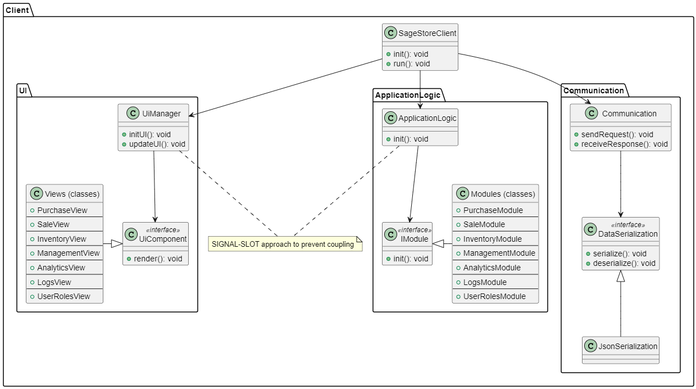
Sage-Cat/SageStore keeps this PlantUML diagram as docs/Client_Design.png. Above is the earlier version. Its source is kept beside it as docs/plantuml/Client_Design.puml.
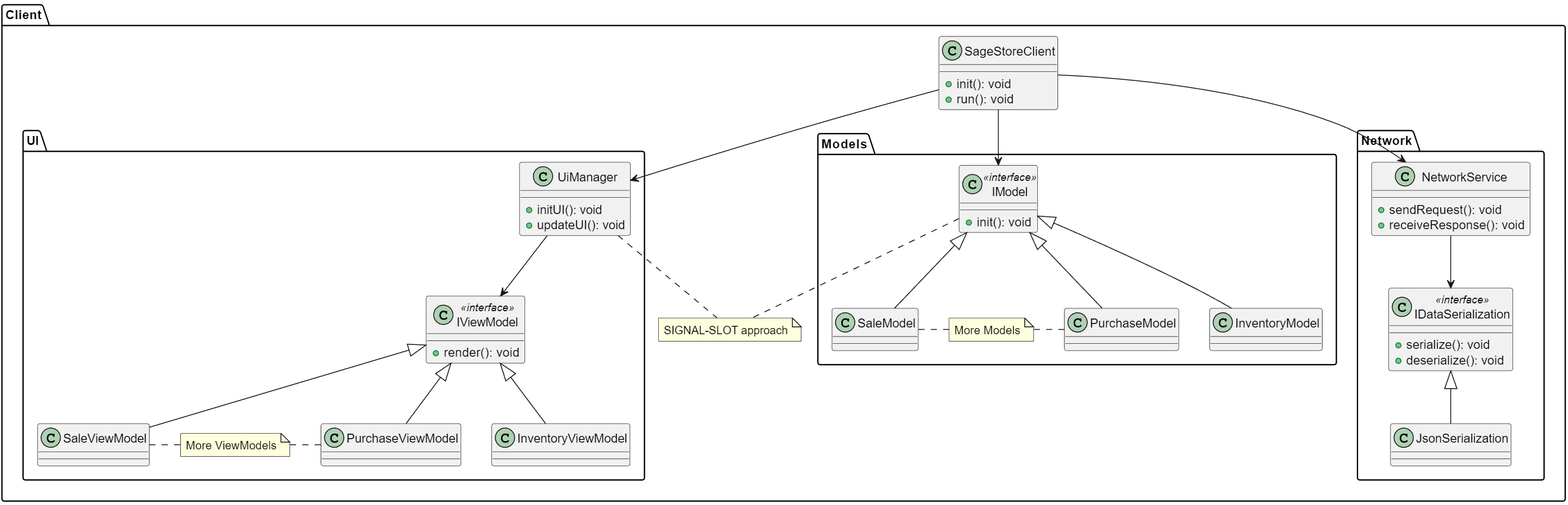
After the change.

Commit message:
Change docs and client architecture

The edit, as a diff of the source:
```diff
@@ -14,60 +14,36 @@
       +updateUI(): void
     }
 
-    class UiComponent <<interface>> {
+    class IViewModel <<interface>> {
       +render(): void
     }
 
-    class "Views (classes)" {
-      + PurchaseOrdersViewModel
-      --
-      + SaleView
-      --
-      + InventoryView
-      --
-      + ManagementView
-      --
-      + AnalyticsView
-      --
-      + LogsView
-      --
-      + UserRolesView
-    }
+    IViewModel <|-- PurchaseViewModel
+    IViewModel <|-- SaleViewModel
+    IViewModel <|-- InventoryViewModel
+
+    note "More ViewModels" as N2
   }
 
-  package "ApplicationLogic" #White {
-    class IModule <<interface>> {
+  package "Models" #White {
+    class IModel <<interface>> {
       +init(): void
     }
 
-    class "Modules (classes)" {
-      + PurchaseModule
-      --
-      + SaleModule
-      --
-      + InventoryModule
-      --
-      + ManagementModule
-      --
-      + AnalyticsModule
-      --
-      + LogsModule
-      --
-      + UserRolesModule
-    }
+    IModel <|-- PurchaseModel
+    IModel <|-- SaleModel
+    IModel <|-- InventoryModel
 
-    class ApplicationLogic {
-      +init(): void
-    }
+    note "More Models" as N3
   }
 
-  package "Communication" #White {
-    class Communication {
+  package "Network" #White {
+    class NetworkService {
       +sendRequest(): void
       +receiveResponse(): void
     }
 
-    class DataSerialization <<interface>> {
+    class IDataSerialization <<interface>> {
       +serialize(): void
       +deserialize(): void
     }
@@ -76,21 +52,21 @@
   }
 
   SageStoreClient -down-> UiManager
-  SageStoreClient -down-> ApplicationLogic
-  SageStoreClient -down-> Communication
-  UiManager -down-> UiComponent
-  ApplicationLogic -down-> IModule
-  Communication -down-> DataSerialization
+  SageStoreClient -down-> IModel
+  SageStoreClient -down-> NetworkService
+  NetworkService -down-> IDataSerialization
+  UiManager -down-> IViewModel
 
+  IDataSerialization <|-- JsonSerialization
 
-  "Views (classes)" -|> UiComponent
-
-  IModule <|- "Modules (classes)"
-
-  DataSerialization <|-- JsonSerialization
-
-  note "SIGNAL-SLOT approach to prevent coupling" as N1
-  ApplicationLogic .. N1
+  note "SIGNAL-SLOT approach" as N1
+  IModel .. N1
   UiManager .. N1
 
+  SaleViewModel . N2
+  N2 . PurchaseViewModel
+
+  SaleModel . N3
+  N3 . PurchaseModel
+
 @enduml
```
